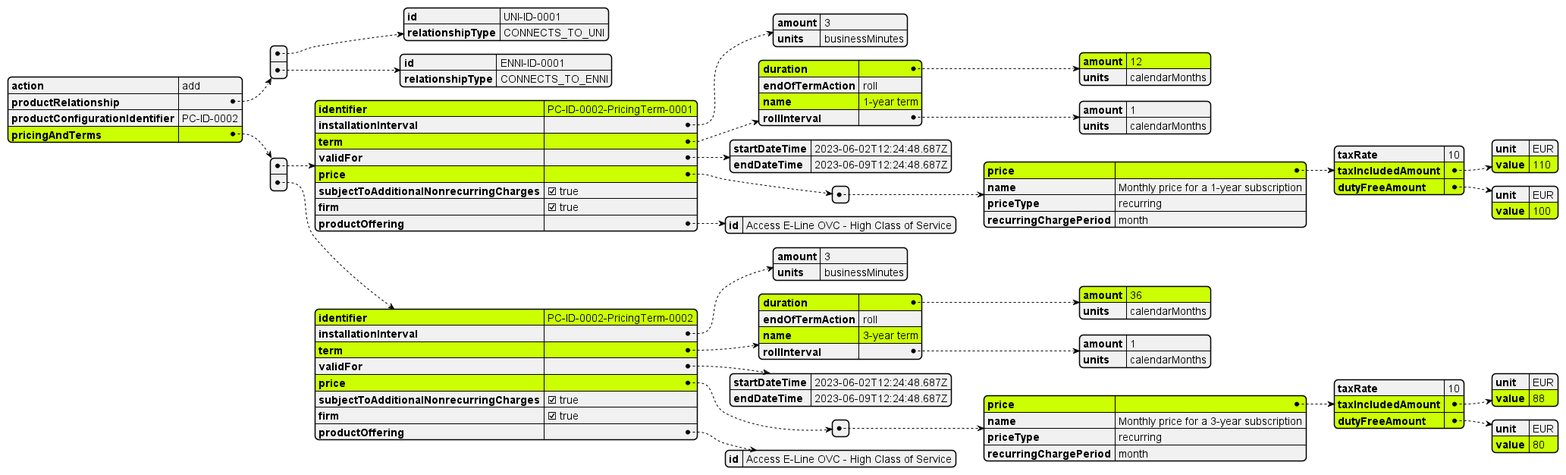
Before: documentation/productApi/availabilityAndPricingDiscovery/media/uc2response.png, a diagram exported from PlantUML (MEF-GIT/MEF-LSO-Sonata-SDK).
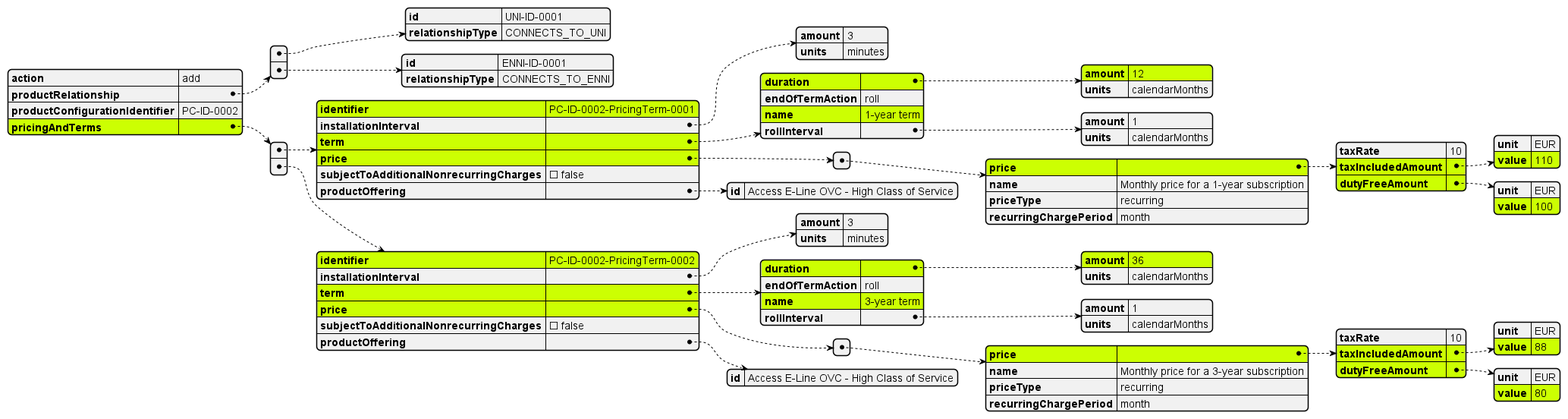
Later version of the same file.

What changed in the source:
```diff
@@ -49,7 +49,7 @@
       "identifier": "PC-ID-0002-PricingTerm-0001",
       "installationInterval": {
         "amount": 3,
-        "units": "businessMinutes"
+        "units": "minutes"
       },
       "term": {
         "duration": {
@@ -62,10 +62,6 @@
           "amount": 1,
           "units": "calendarMonths"
         }
-      },
-      "validFor": {
-        "startDateTime": "2023-06-02T12:24:48.687Z",
-        "endDateTime": "2023-06-09T12:24:48.687Z"
       },
       "price": [
         {
@@ -85,8 +81,7 @@
           "recurringChargePeriod": "month"
         }
       ],
-      "subjectToAdditionalNonrecurringCharges": true,
-      "firm": true,
+      "subjectToAdditionalNonrecurringCharges": false,
       "productOffering": {
         "id": "Access E-Line OVC - High Class of Service"
       }
@@ -95,7 +90,7 @@
       "identifier": "PC-ID-0002-PricingTerm-0002",
       "installationInterval": {
         "amount": 3,
-        "units": "businessMinutes"
+        "units": "minutes"
       },
       "term": {
         "duration": {
@@ -108,10 +103,6 @@
           "amount": 1,
           "units": "calendarMonths"
         }
-      },
-      "validFor": {
-        "startDateTime": "2023-06-02T12:24:48.687Z",
-        "endDateTime": "2023-06-09T12:24:48.687Z"
       },
       "price": [
         {
@@ -131,8 +122,7 @@
           "recurringChargePeriod": "month"
         }
       ],
-      "subjectToAdditionalNonrecurringCharges": true,
-      "firm": true,
+      "subjectToAdditionalNonrecurringCharges": false,
       "productOffering": {
         "id": "Access E-Line OVC - High Class of Service"
       }
```
